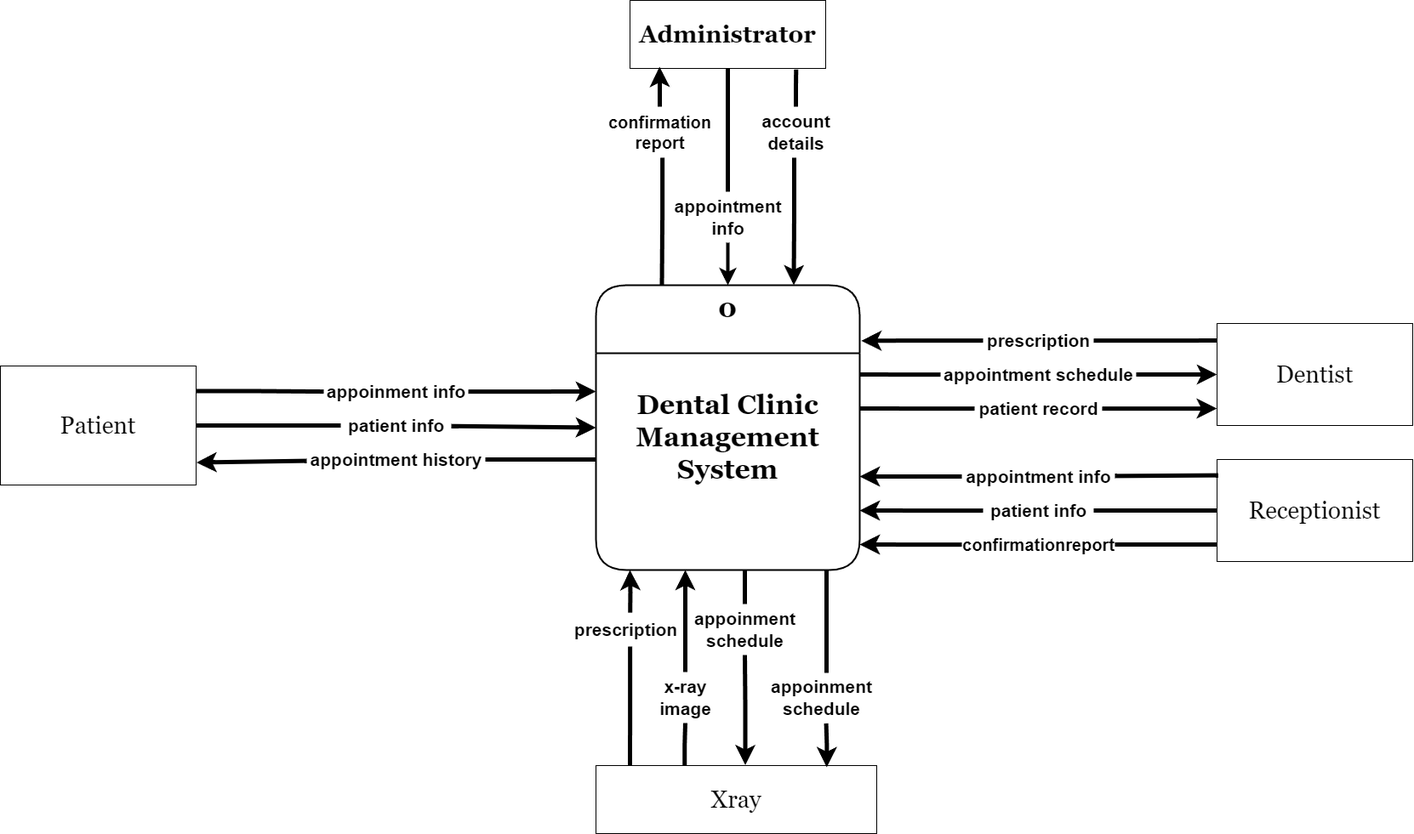
MohamedIsa/Dental-Clinic-System keeps this draw.io diagram as Design/Context Diagram.png. Above is the earlier version. Source tidied: cells renumbered, new cells last; positions are measured from the earlier drawing's top-left corner, leaving out a move shared by most shapes.
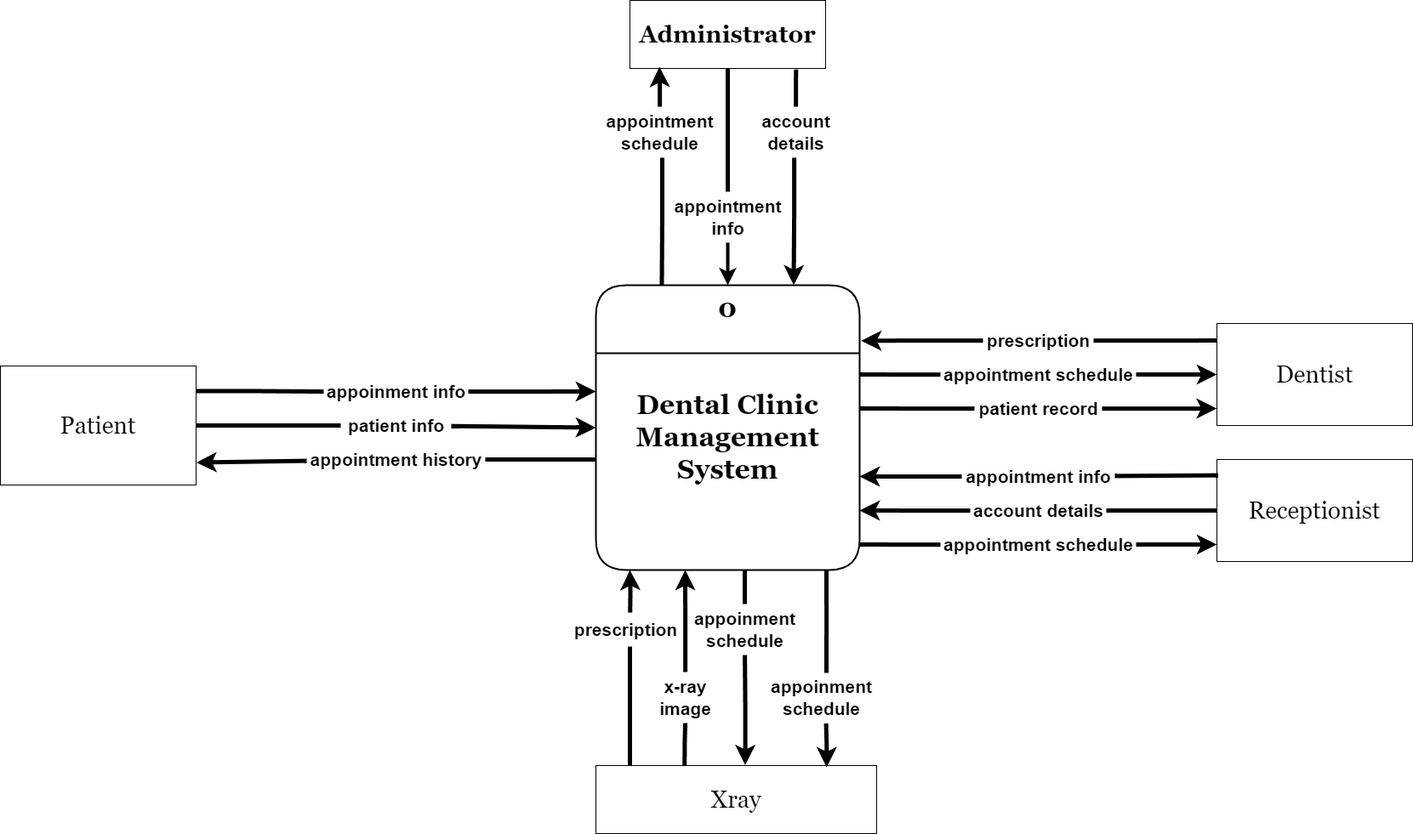
The same file after the commit.

The edit, as a diff of the source:
```diff
@@ -47,8 +47,8 @@
         </Array>
       </mxGeometry>
     </mxCell>
-    <mxCell id="13" value="&lt;span style=&quot;font-size: 20px;&quot;&gt;confirmation&lt;br style=&quot;font-size: 20px;&quot;&gt;report&lt;/span&gt;" style="text;html=1;align=center;verticalAlign=middle;points=[];strokeColor=none;fillColor=none;fontSize=20;fontStyle=1;" parent="1" vertex="1">
-      <mxGeometry x="710" y="125" width="130" height="60" as="geometry" />
+    <mxCell id="13" value="&lt;span style=&quot;font-size: 21px;&quot;&gt;appointment&lt;br&gt;schedule&lt;/span&gt;" style="text;html=1;align=center;verticalAlign=middle;points=[];strokeColor=none;fillColor=none;fontSize=20;fontStyle=1;" parent="1" vertex="1">
+      <mxGeometry x="705" y="125" width="140" height="60" as="geometry" />
     </mxCell>
     <mxCell id="14" style="edgeStyle=orthogonalEdgeStyle;rounded=0;jettySize=auto;html=1;entryX=0.849;entryY=1.016;entryDx=0;entryDy=0;fontSize=12;startSize=8;endSize=8;endArrow=none;endFill=0;strokeWidth=5;entryPerimeter=0;" parent="1" edge="1" source="7" target="4">
       <mxGeometry relative="1" as="geometry" />
@@ -136,21 +136,21 @@
         <mxPoint x="1010" y="600" as="targetPoint" />
       </mxGeometry>
     </mxCell>
-    <mxCell id="38" value="patient info" style="text;html=1;align=center;verticalAlign=middle;points=[];strokeColor=none;fillColor=none;fontSize=21;fontStyle=1;" parent="1" vertex="1">
-      <mxGeometry x="1155" y="580" width="130" height="40" as="geometry" />
+    <mxCell id="38" value="account details" style="text;html=1;align=center;verticalAlign=middle;points=[];strokeColor=none;fillColor=none;fontSize=21;fontStyle=1;" parent="1" vertex="1">
+      <mxGeometry x="1140" y="580" width="160" height="40" as="geometry" />
     </mxCell>
-    <mxCell id="39" style="edgeStyle=none;curved=1;rounded=0;jettySize=auto;html=1;fontSize=12;startSize=8;endSize=8;endArrow=none;endFill=0;strokeWidth=5;" parent="1" edge="1" source="41">
+    <mxCell id="39" style="edgeStyle=none;curved=1;rounded=0;jettySize=auto;html=1;fontSize=12;startSize=8;endSize=8;endArrow=classic;endFill=1;strokeWidth=5;" parent="1" edge="1" source="41">
       <mxGeometry relative="1" as="geometry">
         <mxPoint x="1430" y="640" as="targetPoint" />
       </mxGeometry>
     </mxCell>
-    <mxCell id="40" style="edgeStyle=orthogonalEdgeStyle;rounded=0;jettySize=auto;html=1;fontSize=12;startSize=8;endSize=8;strokeWidth=5;" parent="1" edge="1" source="41">
+    <mxCell id="40" style="edgeStyle=orthogonalEdgeStyle;rounded=0;jettySize=auto;html=1;fontSize=12;startSize=8;endSize=8;strokeWidth=5;endArrow=none;endFill=0;" parent="1" edge="1" source="41">
       <mxGeometry relative="1" as="geometry">
         <mxPoint x="1010" y="640" as="targetPoint" />
       </mxGeometry>
     </mxCell>
-    <mxCell id="41" value="&lt;span style=&quot;font-size: 20px;&quot;&gt;confirmation&lt;/span&gt;&lt;span style=&quot;font-size: 20px;&quot;&gt;report&lt;/span&gt;" style="text;html=1;align=center;verticalAlign=middle;points=[];strokeColor=none;fillColor=none;fontSize=21;fontStyle=1;" parent="1" vertex="1">
-      <mxGeometry x="1130" y="620" width="180" height="40" as="geometry" />
+    <mxCell id="41" value="appointment schedule" style="text;html=1;align=center;verticalAlign=middle;points=[];strokeColor=none;fillColor=none;fontSize=21;fontStyle=1;" parent="1" vertex="1">
+      <mxGeometry x="1105" y="620" width="230" height="40" as="geometry" />
     </mxCell>
     <mxCell id="42" style="edgeStyle=orthogonalEdgeStyle;rounded=0;jettySize=auto;html=1;fontSize=12;startSize=8;endSize=8;endArrow=none;endFill=0;strokeWidth=5;" parent="1" edge="1" source="43">
       <mxGeometry relative="1" as="geometry">
```
